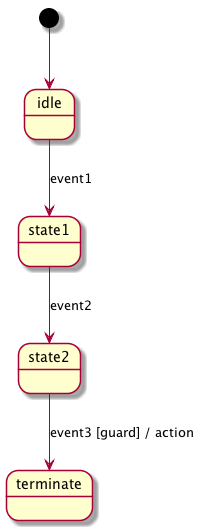
Above: images/logic.png in xue2sheng/spaghettiCode (PlantUML), before the change.
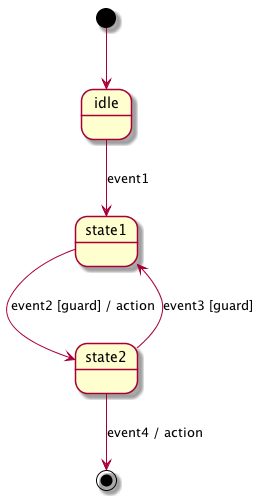
After the commit.

Commit message:
diagram correction again

What changed in the source:
```diff
@@ -1,6 +1,7 @@
 @startuml logic.png
 [*] --> idle
 idle --> state1 : event1
-state1 --> state2 : event2
-state2 --> terminate : event3 [guard] / action
+state1 --> state2 : event2 [guard] / action
+state2 --> state1 : event3 [guard]
+state2 --> [*] : event4 / action
 @enduml
```
